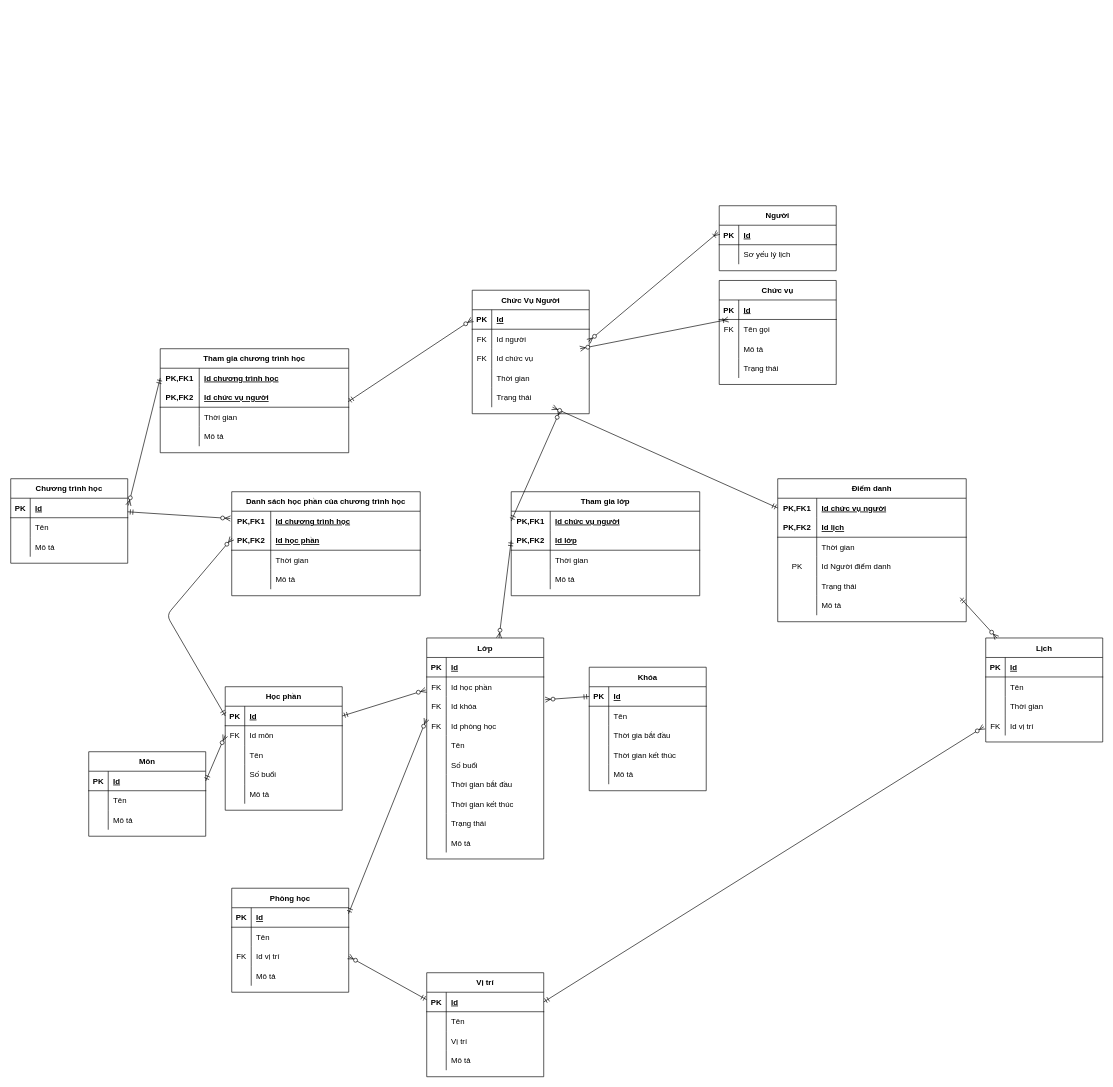
rezarria/do-an-brub keeps this draw.io diagram as database.drawio. Above is the earlier version. Source tidied: cells renumbered, new cells numbered last; positions are measured from the earlier drawing's top-left corner, leaving out a move shared by most shapes. Both pictures are drawn from the tidied source at 65%, with x=0, y=0 at pixel (10, 205).
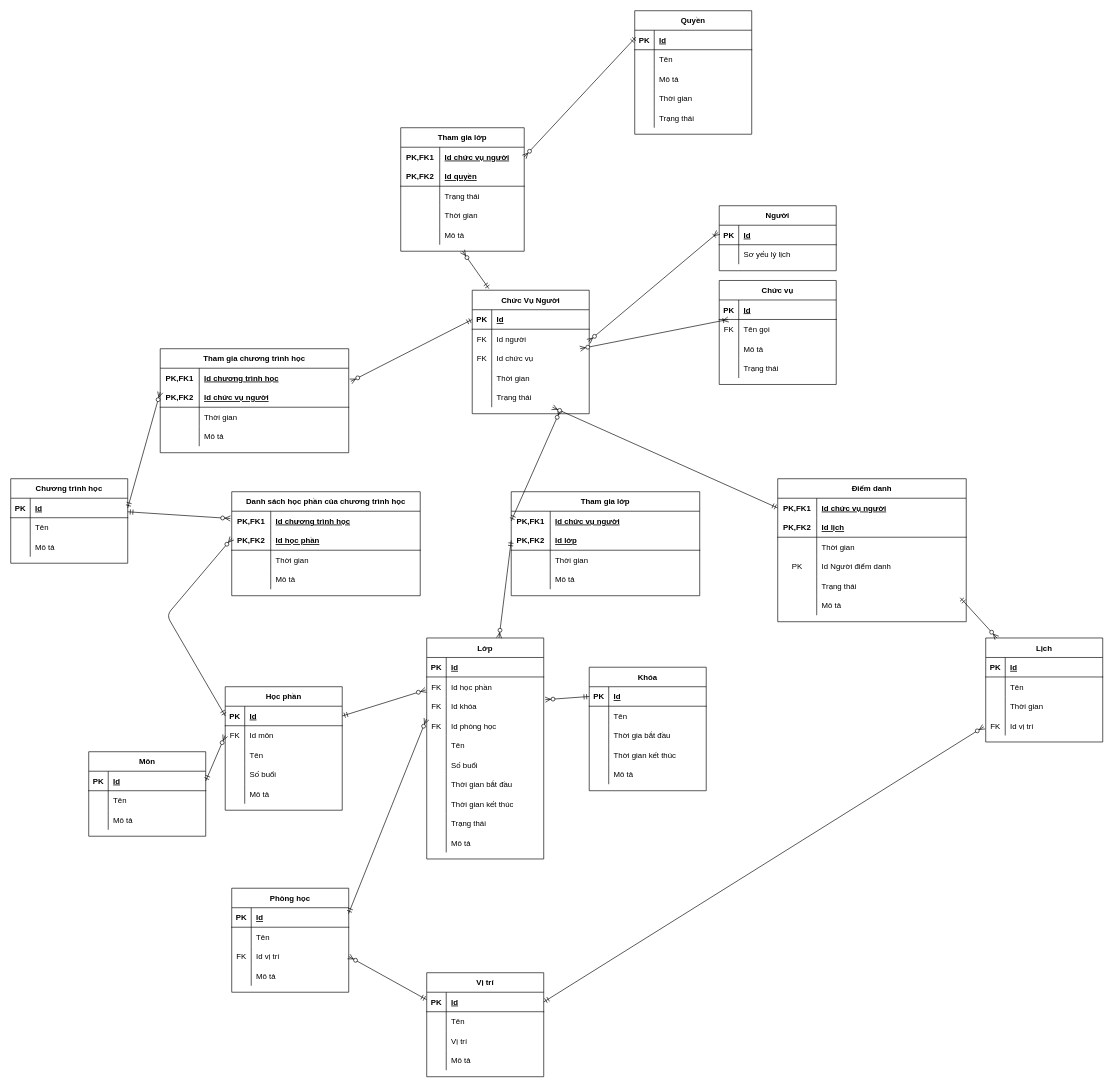
Above is the later version.

Unchanged cells that the change refers to:
```xml
<mxCell id="9" value="Chức Vụ Người" style="shape=table;startSize=30;childLayout=tableLayout;rowLines=0;fontStyle=1;align=center;" parent="1" vertex="1">
  <mxGeometry x="710" y="130" width="180" height="190" as="geometry" />
</mxCell>
<mxCell id="10" style="shape=partialRectangle;fillColor=none;top=0;left=0;bottom=1;right=0;points=[[0,0.5],[1,0.5]];portConstraint=eastwest;" parent="9" vertex="1">
  <mxGeometry y="30" width="180" height="30" as="geometry" />
</mxCell>
<mxCell id="41" style="shape=partialRectangle;fillColor=none;top=0;left=0;bottom=1;right=0;points=[[0,0.5],[1,0.5]];portConstraint=eastwest;" parent="40" vertex="1">
  <mxGeometry y="30" width="180" height="30" as="geometry" />
</mxCell>
<mxCell id="125" style="shape=partialRectangle;fillColor=none;top=0;left=0;bottom=0;right=0;points=[[0,0.5],[1,0.5]];portConstraint=eastwest;" parent="124" vertex="1">
  <mxGeometry y="30" width="290" height="30" as="geometry" />
</mxCell>
<mxCell id="128" style="shape=partialRectangle;fillColor=none;top=0;left=0;bottom=1;right=0;points=[[0,0.5],[1,0.5]];portConstraint=eastwest;" parent="124" vertex="1">
  <mxGeometry y="60" width="290" height="30" as="geometry" />
</mxCell>
```

Diff of the diagram source:
```diff
@@
-    <mxCell id="137" style="fontSize=12;html=1;endArrow=ERzeroToMany;startArrow=ERmandOne;exitX=0;exitY=0.5;exitDx=0;exitDy=0;entryX=1.006;entryY=0.367;entryDx=0;entryDy=0;entryPerimeter=0;" parent="1" edge="1" source="125" target="41">
+    <mxCell id="137" style="fontSize=12;html=1;endArrow=ERzeroToMany;startArrow=ERmandOne;entryX=0;entryY=0.228;entryDx=0;entryDy=0;entryPerimeter=0;exitX=1;exitY=0.5;exitDx=0;exitDy=0;" parent="1" edge="1" source="41" target="128">
       <mxGeometry relative="1" as="geometry" />
     </mxCell>
-    <mxCell id="138" style="fontSize=12;html=1;endArrow=ERzeroToMany;startArrow=ERmandOne;exitX=0.997;exitY=0.716;exitDx=0;exitDy=0;entryX=0;entryY=0.5;entryDx=0;entryDy=0;exitPerimeter=0;" parent="1" edge="1" source="128" target="10">
+    <mxCell id="138" style="fontSize=12;html=1;endArrow=ERzeroToMany;startArrow=ERmandOne;entryX=1.011;entryY=0.676;entryDx=0;entryDy=0;entryPerimeter=0;exitX=0;exitY=0.5;exitDx=0;exitDy=0;" parent="1" edge="1" source="10" target="125">
       <mxGeometry relative="1" as="geometry" />
     </mxCell>
@@
+    <mxCell id="234" value="Quyền" style="shape=table;startSize=30;childLayout=tableLayout;rowLines=0;fontStyle=1;align=center;" parent="1" vertex="1">
+      <mxGeometry x="960" y="-300" width="180" height="190" as="geometry" />
+    </mxCell>
+    <mxCell id="235" style="shape=partialRectangle;fillColor=none;top=0;left=0;bottom=1;right=0;points=[[0,0.5],[1,0.5]];portConstraint=eastwest;" parent="234" vertex="1">
+      <mxGeometry y="30" width="180" height="30" as="geometry" />
+    </mxCell>
+    <mxCell id="236" value="PK" style="shape=partialRectangle;fillColor=none;top=0;left=0;bottom=0;right=0;fontStyle=1;overflow=hidden;" parent="235" vertex="1">
+      <mxGeometry width="30" height="30" as="geometry" />
+    </mxCell>
+    <mxCell id="237" value="Id" style="shape=partialRectangle;fillColor=none;top=0;left=0;bottom=0;right=0;align=left;spacingLeft=6;fontStyle=5;overflow=hidden;" parent="235" vertex="1">
+      <mxGeometry x="30" width="150" height="30" as="geometry" />
+    </mxCell>
+    <mxCell id="238" style="shape=partialRectangle;fillColor=none;top=0;left=0;bottom=0;right=0;" parent="234" vertex="1">
+      <mxGeometry y="60" width="180" height="30" as="geometry" />
+    </mxCell>
+    <mxCell id="239" style="shape=partialRectangle;fillColor=none;top=0;left=0;bottom=0;right=0;overflow=hidden;" parent="238" vertex="1">
+      <mxGeometry width="30" height="30" as="geometry" />
+    </mxCell>
+    <mxCell id="240" value="Tên" style="shape=partialRectangle;fillColor=none;top=0;left=0;bottom=0;right=0;align=left;spacingLeft=6;overflow=hidden;" parent="238" vertex="1">
+      <mxGeometry x="30" width="150" height="30" as="geometry" />
+    </mxCell>
+    <mxCell id="241" style="shape=partialRectangle;fillColor=none;top=0;left=0;bottom=0;right=0;" parent="234" vertex="1">
+      <mxGeometry y="90" width="180" height="30" as="geometry" />
+    </mxCell>
+    <mxCell id="242" style="shape=partialRectangle;fillColor=none;top=0;left=0;bottom=0;right=0;overflow=hidden;" parent="241" vertex="1">
+      <mxGeometry width="30" height="30" as="geometry" />
+    </mxCell>
+    <mxCell id="243" value="Mô tả" style="shape=partialRectangle;fillColor=none;top=0;left=0;bottom=0;right=0;align=left;spacingLeft=6;overflow=hidden;" parent="241" vertex="1">
+      <mxGeometry x="30" width="150" height="30" as="geometry" />
+    </mxCell>
+    <mxCell id="244" style="shape=partialRectangle;fillColor=none;top=0;left=0;bottom=0;right=0;" parent="234" vertex="1">
+      <mxGeometry y="120" width="180" height="30" as="geometry" />
+    </mxCell>
+    <mxCell id="245" style="shape=partialRectangle;fillColor=none;top=0;left=0;bottom=0;right=0;overflow=hidden;" parent="244" vertex="1">
+      <mxGeometry width="30" height="30" as="geometry" />
+    </mxCell>
+    <mxCell id="246" value="Thời gian" style="shape=partialRectangle;fillColor=none;top=0;left=0;bottom=0;right=0;align=left;spacingLeft=6;overflow=hidden;" parent="244" vertex="1">
+      <mxGeometry x="30" width="150" height="30" as="geometry" />
+    </mxCell>
+    <mxCell id="247" style="shape=partialRectangle;fillColor=none;top=0;left=0;bottom=0;right=0;" parent="234" vertex="1">
+      <mxGeometry y="150" width="180" height="30" as="geometry" />
+    </mxCell>
+    <mxCell id="248" style="shape=partialRectangle;fillColor=none;top=0;left=0;bottom=0;right=0;overflow=hidden;" parent="247" vertex="1">
+      <mxGeometry width="30" height="30" as="geometry" />
+    </mxCell>
+    <mxCell id="249" value="Trạng thái" style="shape=partialRectangle;fillColor=none;top=0;left=0;bottom=0;right=0;align=left;spacingLeft=6;overflow=hidden;" parent="247" vertex="1">
+      <mxGeometry x="30" width="150" height="30" as="geometry" />
+    </mxCell>
+    <mxCell id="250" value="Tham gia lớp" style="shape=table;startSize=30;childLayout=tableLayout;rowLines=0;fontStyle=1;align=center;" parent="1" vertex="1">
+      <mxGeometry x="600" y="-120" width="190" height="190" as="geometry" />
+    </mxCell>
+    <mxCell id="251" style="shape=partialRectangle;fillColor=none;top=0;left=0;bottom=0;right=0;points=[[0,0.5],[1,0.5]];portConstraint=eastwest;" parent="250" vertex="1">
+      <mxGeometry y="30" width="190" height="30" as="geometry" />
+    </mxCell>
+    <mxCell id="252" value="PK,FK1" style="shape=partialRectangle;fillColor=none;top=0;left=0;bottom=0;right=0;fontStyle=1;overflow=hidden;" parent="251" vertex="1">
+      <mxGeometry width="60" height="30" as="geometry" />
+    </mxCell>
+    <mxCell id="253" value="Id chức vụ người" style="shape=partialRectangle;fillColor=none;top=0;left=0;bottom=0;right=0;align=left;spacingLeft=6;fontStyle=5;overflow=hidden;" parent="251" vertex="1">
+      <mxGeometry x="60" width="130" height="30" as="geometry" />
+    </mxCell>
+    <mxCell id="254" style="shape=partialRectangle;fillColor=none;top=0;left=0;bottom=1;right=0;" parent="250" vertex="1">
+      <mxGeometry y="60" width="190" height="30" as="geometry" />
+    </mxCell>
+    <mxCell id="255" value="PK,FK2" style="shape=partialRectangle;fillColor=none;top=0;left=0;bottom=0;right=0;fontStyle=1;overflow=hidden;" parent="254" vertex="1">
+      <mxGeometry width="60" height="30" as="geometry" />
+    </mxCell>
+    <mxCell id="256" value="Id quyền" style="shape=partialRectangle;fillColor=none;top=0;left=0;bottom=0;right=0;align=left;spacingLeft=6;fontStyle=5;overflow=hidden;" parent="254" vertex="1">
+      <mxGeometry x="60" width="130" height="30" as="geometry" />
+    </mxCell>
+    <mxCell id="257" style="shape=partialRectangle;fillColor=none;top=0;left=0;bottom=0;right=0;" parent="250" vertex="1">
+      <mxGeometry y="90" width="190" height="30" as="geometry" />
+    </mxCell>
+    <mxCell id="258" style="shape=partialRectangle;fillColor=none;top=0;left=0;bottom=0;right=0;overflow=hidden;" parent="257" vertex="1">
+      <mxGeometry width="60" height="30" as="geometry" />
+    </mxCell>
+    <mxCell id="259" value="Trạng thái" style="shape=partialRectangle;fillColor=none;top=0;left=0;bottom=0;right=0;align=left;spacingLeft=6;overflow=hidden;" parent="257" vertex="1">
+      <mxGeometry x="60" width="130" height="30" as="geometry" />
+    </mxCell>
+    <mxCell id="260" style="shape=partialRectangle;fillColor=none;top=0;left=0;bottom=0;right=0;" parent="250" vertex="1">
+      <mxGeometry y="120" width="190" height="30" as="geometry" />
+    </mxCell>
+    <mxCell id="261" style="shape=partialRectangle;fillColor=none;top=0;left=0;bottom=0;right=0;overflow=hidden;" parent="260" vertex="1">
+      <mxGeometry width="60" height="30" as="geometry" />
+    </mxCell>
+    <mxCell id="262" value="Thời gian" style="shape=partialRectangle;fillColor=none;top=0;left=0;bottom=0;right=0;align=left;spacingLeft=6;overflow=hidden;" parent="260" vertex="1">
+      <mxGeometry x="60" width="130" height="30" as="geometry" />
+    </mxCell>
+    <mxCell id="263" style="shape=partialRectangle;fillColor=none;top=0;left=0;bottom=0;right=0;" parent="250" vertex="1">
+      <mxGeometry y="150" width="190" height="30" as="geometry" />
+    </mxCell>
+    <mxCell id="264" style="shape=partialRectangle;fillColor=none;top=0;left=0;bottom=0;right=0;overflow=hidden;" parent="263" vertex="1">
+      <mxGeometry width="60" height="30" as="geometry" />
+    </mxCell>
+    <mxCell id="265" value="Mô tả" style="shape=partialRectangle;fillColor=none;top=0;left=0;bottom=0;right=0;align=left;spacingLeft=6;overflow=hidden;" parent="263" vertex="1">
+      <mxGeometry x="60" width="130" height="30" as="geometry" />
+    </mxCell>
+    <mxCell id="266" style="fontSize=12;html=1;endArrow=ERzeroToMany;startArrow=ERmandOne;entryX=1;entryY=0.5;entryDx=0;entryDy=0;exitX=0.01;exitY=0.354;exitDx=0;exitDy=0;exitPerimeter=0;" parent="1" edge="1" source="235" target="251">
+      <mxGeometry relative="1" as="geometry" />
+    </mxCell>
+    <mxCell id="267" style="fontSize=12;html=1;endArrow=ERzeroToMany;startArrow=ERmandOne;exitX=0.142;exitY=-0.013;exitDx=0;exitDy=0;entryX=0.5;entryY=1;entryDx=0;entryDy=0;exitPerimeter=0;" parent="1" edge="1" source="9" target="250">
+      <mxGeometry relative="1" as="geometry" />
+    </mxCell>
```
